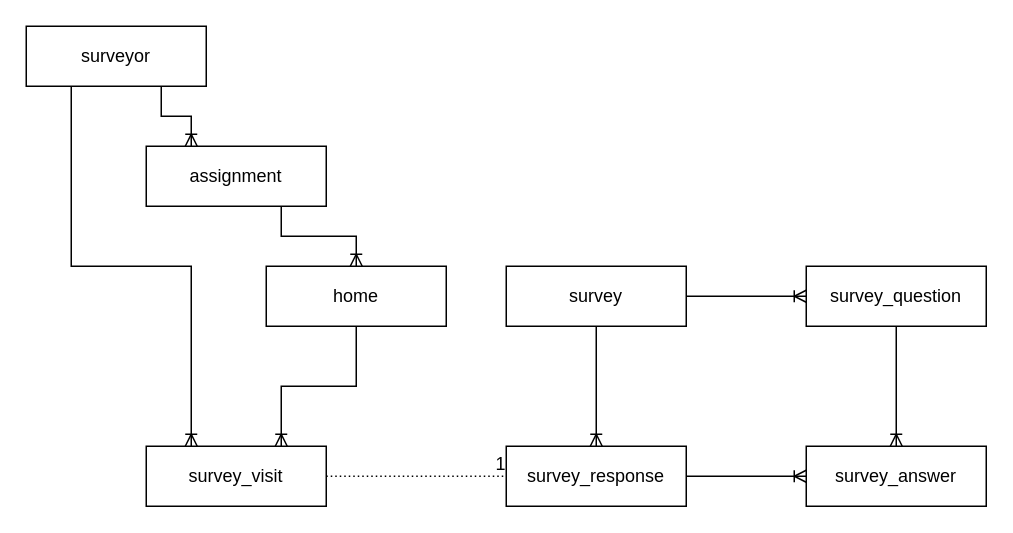
Before: backend/docs/figures/data-model.drawio in codeforboston/urban-league-heat-pump-accelerator, a draw.io diagram. Source tidied: cells renumbered, new cells numbered last; positions are measured from the earlier drawing's top-left corner, leaving out a move shared by most shapes. Both pictures are drawn from the tidied source at 150%, with x=0, y=0 at pixel (26, 26).
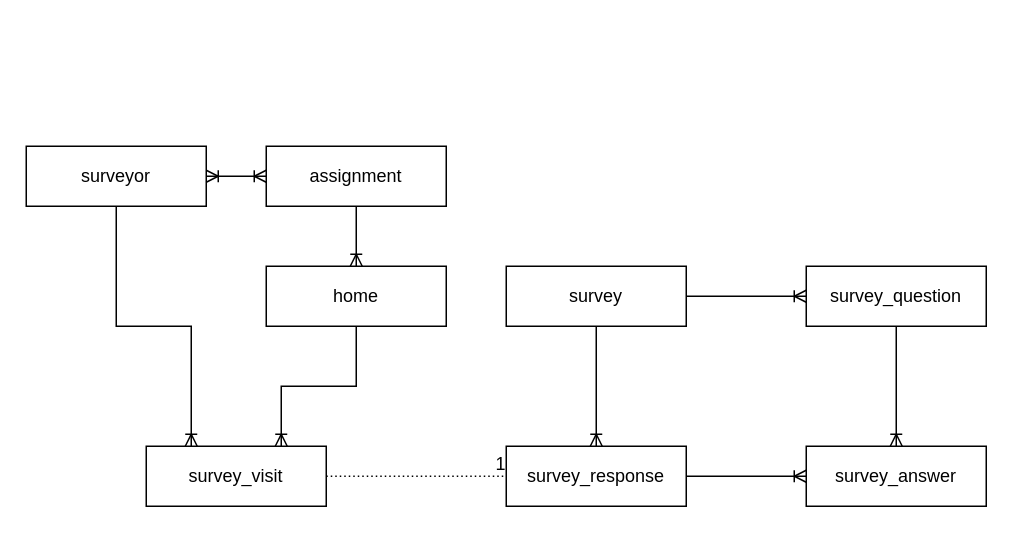
After the change.

Diff of the diagram source:
```diff
@@
 <mxGraphModel>
   <root>
     <mxCell id="0" />
     <mxCell id="1" parent="0" />
     <mxCell id="2" value="survey" style="whiteSpace=wrap;html=1;align=center;" parent="1" vertex="1">
       <mxGeometry x="320" y="160" width="120" height="40" as="geometry" />
     </mxCell>
     <mxCell id="3" value="survey_question" style="whiteSpace=wrap;html=1;align=center;" parent="1" vertex="1">
       <mxGeometry x="520" y="160" width="120" height="40" as="geometry" />
     </mxCell>
     <mxCell id="4" value="survey_visit" style="whiteSpace=wrap;html=1;align=center;" parent="1" vertex="1">
       <mxGeometry x="80" y="280" width="120" height="40" as="geometry" />
     </mxCell>
     <mxCell id="5" style="edgeStyle=orthogonalEdgeStyle;rounded=0;jettySize=auto;html=1;entryX=0.75;entryY=0;entryDx=0;entryDy=0;strokeColor=default;endArrow=ERoneToMany;endFill=0;exitX=0.5;exitY=1;exitDx=0;exitDy=0;" parent="1" edge="1" source="16" target="4">
       <mxGeometry relative="1" as="geometry" />
     </mxCell>
     <mxCell id="6" value="survey_response" style="whiteSpace=wrap;html=1;align=center;" parent="1" vertex="1">
       <mxGeometry x="320" y="280" width="120" height="40" as="geometry" />
     </mxCell>
     <mxCell id="7" style="edgeStyle=orthogonalEdgeStyle;rounded=0;jettySize=auto;html=1;exitX=1;exitY=0.5;exitDx=0;exitDy=0;entryX=0;entryY=0.5;entryDx=0;entryDy=0;strokeColor=default;endArrow=ERoneToMany;endFill=0;" parent="1" edge="1" source="2" target="3">
       <mxGeometry relative="1" as="geometry" />
     </mxCell>
     <mxCell id="8" value="survey_answer" style="whiteSpace=wrap;html=1;align=center;" parent="1" vertex="1">
       <mxGeometry x="520" y="280" width="120" height="40" as="geometry" />
     </mxCell>
     <mxCell id="9" style="edgeStyle=orthogonalEdgeStyle;rounded=0;jettySize=auto;html=1;exitX=0.5;exitY=1;exitDx=0;exitDy=0;strokeColor=default;endArrow=ERoneToMany;endFill=0;entryX=0.5;entryY=0;entryDx=0;entryDy=0;" parent="1" edge="1" source="3" target="8">
       <mxGeometry relative="1" as="geometry" />
     </mxCell>
     <mxCell id="10" style="edgeStyle=orthogonalEdgeStyle;rounded=0;jettySize=auto;html=1;exitX=1;exitY=0.5;exitDx=0;exitDy=0;strokeColor=default;endArrow=ERoneToMany;endFill=0;entryX=0;entryY=0.5;entryDx=0;entryDy=0;" parent="1" edge="1" source="6" target="8">
       <mxGeometry relative="1" as="geometry" />
     </mxCell>
     <mxCell id="11" value="surveyor" style="whiteSpace=wrap;html=1;align=center;" parent="1" vertex="1">
-      <mxGeometry width="120" height="40" as="geometry" />
+      <mxGeometry y="80" width="120" height="40" as="geometry" />
     </mxCell>
-    <mxCell id="12" style="edgeStyle=orthogonalEdgeStyle;rounded=0;jettySize=auto;html=1;exitX=0.25;exitY=1;exitDx=0;exitDy=0;entryX=0.25;entryY=0;entryDx=0;entryDy=0;strokeColor=default;endArrow=ERoneToMany;endFill=0;" parent="1" edge="1" source="11" target="4">
+    <mxCell id="12" style="edgeStyle=orthogonalEdgeStyle;rounded=0;jettySize=auto;html=1;exitX=0.5;exitY=1;exitDx=0;exitDy=0;entryX=0.25;entryY=0;entryDx=0;entryDy=0;strokeColor=default;endArrow=ERoneToMany;endFill=0;" parent="1" edge="1" source="11" target="4">
       <mxGeometry relative="1" as="geometry" />
     </mxCell>
     <mxCell id="13" style="edgeStyle=orthogonalEdgeStyle;rounded=0;jettySize=auto;html=1;exitX=0.5;exitY=1;exitDx=0;exitDy=0;strokeColor=default;endArrow=ERoneToMany;endFill=0;entryX=0.5;entryY=0;entryDx=0;entryDy=0;" parent="1" edge="1" source="2" target="6">
       <mxGeometry relative="1" as="geometry" />
     </mxCell>
     <mxCell id="14" style="endArrow=none;html=1;rounded=0;dashed=1;dashPattern=1 2;strokeColor=default;exitX=1;exitY=0.5;exitDx=0;exitDy=0;entryX=0;entryY=0.5;entryDx=0;entryDy=0;" parent="1" edge="1" source="4" target="6">
       <mxGeometry relative="1" as="geometry" />
     </mxCell>
     <mxCell id="15" value="1" style="html=1;align=right;verticalAlign=bottom;" parent="14" vertex="1">
       <mxGeometry x="1" relative="1" as="geometry" />
     </mxCell>
     <mxCell id="16" value="home" style="whiteSpace=wrap;html=1;align=center;" parent="1" vertex="1">
       <mxGeometry x="160" y="160" width="120" height="40" as="geometry" />
     </mxCell>
     <mxCell id="17" value="assignment" style="whiteSpace=wrap;html=1;align=center;" parent="1" vertex="1">
-      <mxGeometry x="80" y="80" width="120" height="40" as="geometry" />
+      <mxGeometry x="160" y="80" width="120" height="40" as="geometry" />
     </mxCell>
-    <mxCell id="18" style="edgeStyle=orthogonalEdgeStyle;rounded=0;jettySize=auto;html=1;entryX=0.25;entryY=0;entryDx=0;entryDy=0;strokeColor=default;endArrow=ERoneToMany;endFill=0;exitX=0.75;exitY=1;exitDx=0;exitDy=0;" parent="1" edge="1" source="11" target="17">
+    <mxCell id="18" style="edgeStyle=orthogonalEdgeStyle;rounded=0;jettySize=auto;html=1;entryX=0;entryY=0.5;entryDx=0;entryDy=0;strokeColor=default;endArrow=ERoneToMany;endFill=0;exitX=1;exitY=0.5;exitDx=0;exitDy=0;startArrow=ERoneToMany;startFill=0;" parent="1" edge="1" source="11" target="17">
       <mxGeometry relative="1" as="geometry" />
     </mxCell>
-    <mxCell id="19" style="edgeStyle=orthogonalEdgeStyle;rounded=0;jettySize=auto;html=1;exitX=0.75;exitY=1;exitDx=0;exitDy=0;entryX=0.5;entryY=0;entryDx=0;entryDy=0;strokeColor=default;endArrow=ERoneToMany;endFill=0;" parent="1" edge="1" source="17" target="16">
+    <mxCell id="19" style="edgeStyle=orthogonalEdgeStyle;rounded=0;jettySize=auto;html=1;exitX=0.5;exitY=1;exitDx=0;exitDy=0;entryX=0.5;entryY=0;entryDx=0;entryDy=0;strokeColor=default;endArrow=ERoneToMany;endFill=0;" parent="1" edge="1" source="17" target="16">
       <mxGeometry relative="1" as="geometry" />
     </mxCell>
   </root>
 </mxGraphModel>
```
